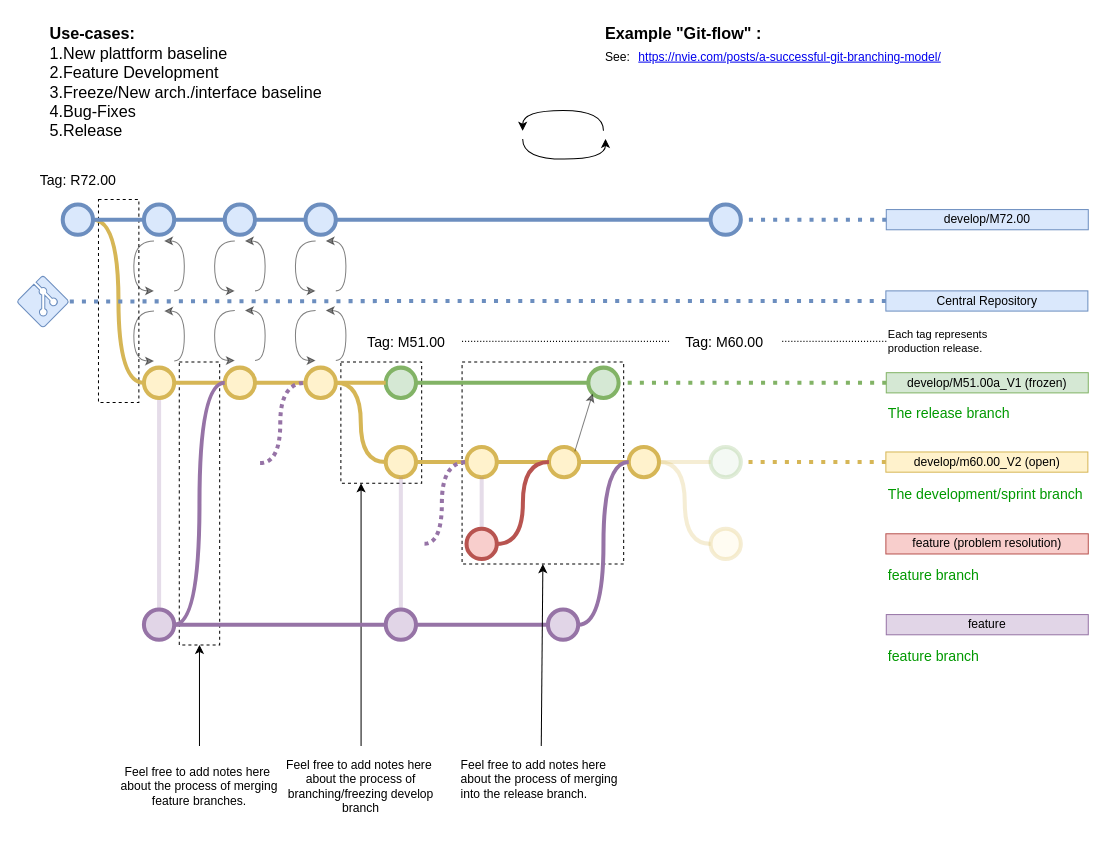
This is doc/GitHub_Branch_Strategy.drawio from DedeHa/TimeSheet, a draw.io file, before an edit. Source tidied: cells renumbered, new cells numbered last; positions are measured from the earlier drawing's top-left corner, leaving out a move shared by most shapes. Both pictures are drawn from the tidied source at 101%, with x=0, y=0 at pixel (17, 17).
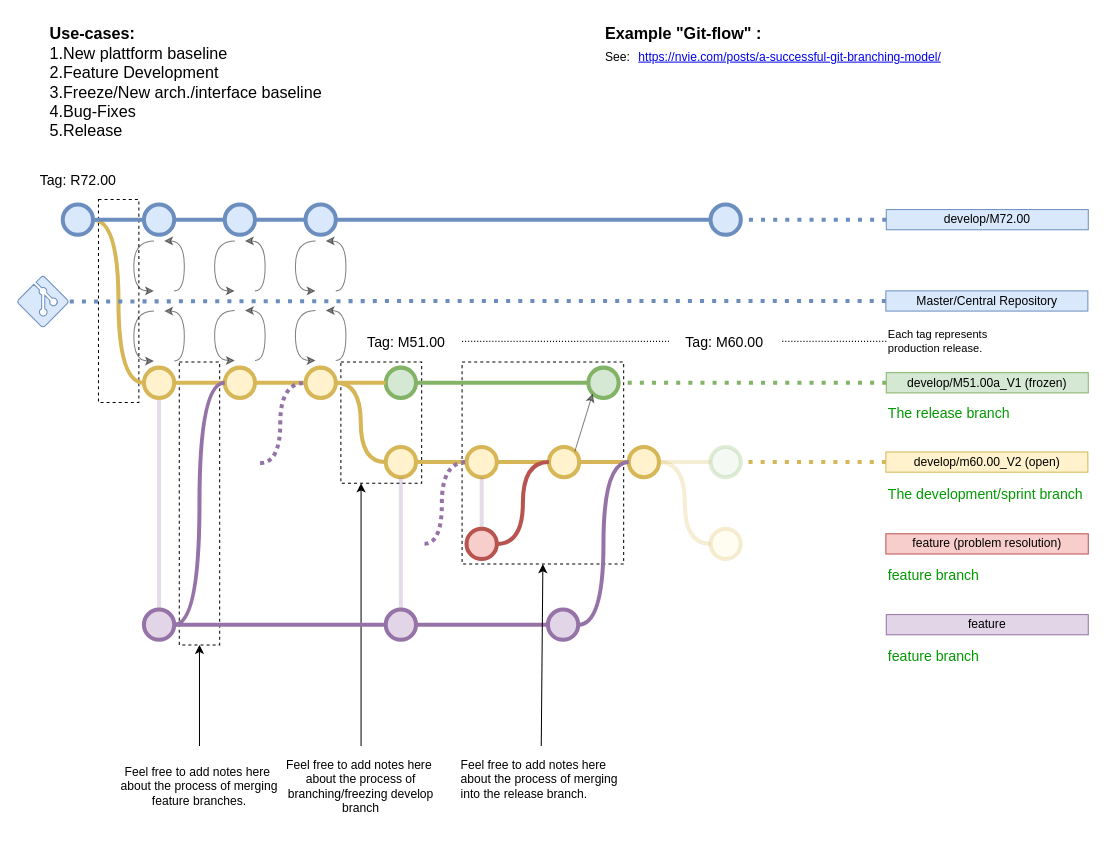
The same diagram, later.

Commit message:
INF_D|Github Setup

Change to the diagram source:
```diff
@@
-    <mxCell id="74" value="Central Repository" style="text;html=1;strokeColor=#6c8ebf;fillColor=#dae8fc;align=center;verticalAlign=middle;whiteSpace=wrap;rounded=0;" parent="1" vertex="1">
+    <mxCell id="74" value="Master/Central Repository" style="text;html=1;strokeColor=#6c8ebf;fillColor=#dae8fc;align=center;verticalAlign=middle;whiteSpace=wrap;rounded=0;" parent="1" vertex="1">
       <mxGeometry x="859.6" y="270.5" width="200" height="20" as="geometry" />
     </mxCell>
@@
-    <mxCell id="78" style="endArrow=classic;html=1;strokeWidth=1;fontFamily=Courier New;fontColor=#009900;edgeStyle=orthogonalEdgeStyle;curved=1;" parent="1" edge="1">
-      <mxGeometry relative="1" as="geometry">
-        <mxPoint x="500" y="120" as="sourcePoint" />
-        <mxPoint x="582" y="120" as="targetPoint" />
-        <Array as="points">
-          <mxPoint x="500" y="140" />
-          <mxPoint x="582" y="140" />
-        </Array>
-      </mxGeometry>
-    </mxCell>
-    <mxCell id="79" style="endArrow=classic;html=1;strokeWidth=1;fontFamily=Courier New;fontColor=#009900;edgeStyle=orthogonalEdgeStyle;curved=1;" parent="1" edge="1">
-      <mxGeometry relative="1" as="geometry">
-        <mxPoint x="580" y="112" as="sourcePoint" />
-        <mxPoint x="500" y="112" as="targetPoint" />
-        <Array as="points">
-          <mxPoint x="580" y="92" />
-          <mxPoint x="500" y="92" />
-        </Array>
-      </mxGeometry>
-    </mxCell>
```
